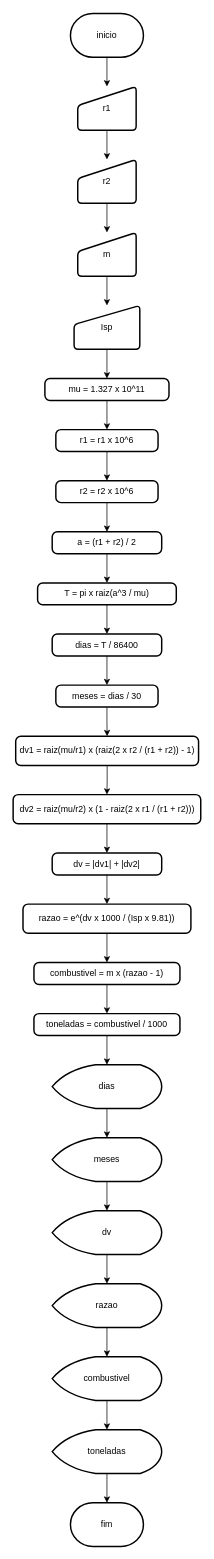
Above: PVB/3bi/projeto/fluxograma.drawio in danilo-paiva/tecnico (draw.io), before the change. Source tidied: cells renumbered, new cells numbered last; positions are measured from the earlier drawing's top-left corner, leaving out a move shared by most shapes. Both pictures are drawn from the tidied source at 73%, with x=0, y=0 at pixel (12, 13).
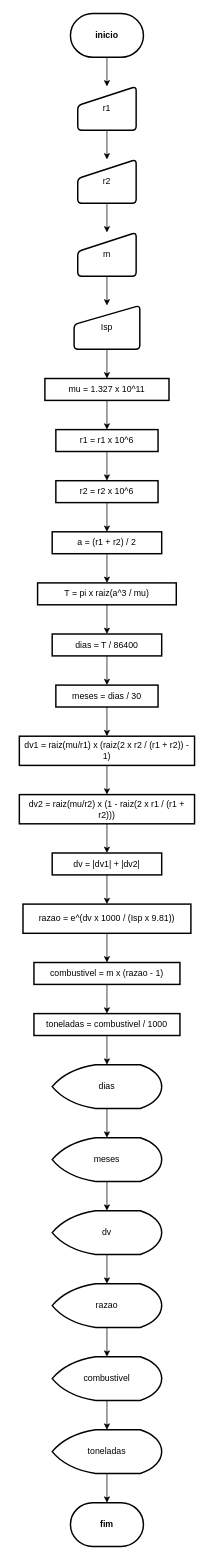
After the change.

Commit message (it also covers changes not shown here):
fluxograma com cantos retos e pdf centralizado em 2 paginas

Change to the diagram source:
```diff
@@
-    <mxCell id="2" value="inicio" style="strokeWidth=2;html=1;shape=mxgraph.flowchart.terminator;whiteSpace=wrap;" parent="1" vertex="1">
+    <mxCell id="2" value="&lt;b&gt;inicio&lt;/b&gt;" style="strokeWidth=2;html=1;shape=mxgraph.flowchart.terminator;whiteSpace=wrap;" parent="1" vertex="1">
       <mxGeometry x="79" width="100" height="60" as="geometry" />
     </mxCell>
@@
-    <mxCell id="11" value="mu = 1.327 x 10^11" style="rounded=1;whiteSpace=wrap;html=1;absoluteArcSize=1;arcSize=14;strokeWidth=2;" parent="1" vertex="1">
+    <mxCell id="11" value="mu = 1.327 x 10^11" style="rounded=0;whiteSpace=wrap;html=1;strokeWidth=2;" parent="1" vertex="1">
       <mxGeometry x="44" y="500" width="170" height="30" as="geometry" />
     </mxCell>
@@
-    <mxCell id="13" value="r1 = r1 x 10^6" style="rounded=1;whiteSpace=wrap;html=1;absoluteArcSize=1;arcSize=14;strokeWidth=2;" parent="1" vertex="1">
+    <mxCell id="13" value="r1 = r1 x 10^6" style="rounded=0;whiteSpace=wrap;html=1;strokeWidth=2;" parent="1" vertex="1">
       <mxGeometry x="59" y="570" width="140" height="30" as="geometry" />
     </mxCell>
@@
-    <mxCell id="15" value="r2 = r2 x 10^6" style="rounded=1;whiteSpace=wrap;html=1;absoluteArcSize=1;arcSize=14;strokeWidth=2;" parent="1" vertex="1">
+    <mxCell id="15" value="r2 = r2 x 10^6" style="rounded=0;whiteSpace=wrap;html=1;strokeWidth=2;" parent="1" vertex="1">
       <mxGeometry x="59" y="640" width="140" height="30" as="geometry" />
     </mxCell>
@@
-    <mxCell id="17" value="a = (r1 + r2) / 2" style="rounded=1;whiteSpace=wrap;html=1;absoluteArcSize=1;arcSize=14;strokeWidth=2;" parent="1" vertex="1">
+    <mxCell id="17" value="a = (r1 + r2) / 2" style="rounded=0;whiteSpace=wrap;html=1;strokeWidth=2;" parent="1" vertex="1">
       <mxGeometry x="54" y="710" width="150" height="30" as="geometry" />
     </mxCell>
@@
-    <mxCell id="19" value="T = pi x raiz(a^3 / mu)" style="rounded=1;whiteSpace=wrap;html=1;absoluteArcSize=1;arcSize=14;strokeWidth=2;" parent="1" vertex="1">
+    <mxCell id="19" value="T = pi x raiz(a^3 / mu)" style="rounded=0;whiteSpace=wrap;html=1;strokeWidth=2;" parent="1" vertex="1">
       <mxGeometry x="34" y="780" width="190" height="30" as="geometry" />
     </mxCell>
@@
-    <mxCell id="21" value="dias = T / 86400" style="rounded=1;whiteSpace=wrap;html=1;absoluteArcSize=1;arcSize=14;strokeWidth=2;" parent="1" vertex="1">
+    <mxCell id="21" value="dias = T / 86400" style="rounded=0;whiteSpace=wrap;html=1;strokeWidth=2;" parent="1" vertex="1">
       <mxGeometry x="54" y="850" width="150" height="30" as="geometry" />
     </mxCell>
@@
-    <mxCell id="23" value="meses = dias / 30" style="rounded=1;whiteSpace=wrap;html=1;absoluteArcSize=1;arcSize=14;strokeWidth=2;" parent="1" vertex="1">
+    <mxCell id="23" value="meses = dias / 30" style="rounded=0;whiteSpace=wrap;html=1;strokeWidth=2;" parent="1" vertex="1">
       <mxGeometry x="59" y="920" width="140" height="30" as="geometry" />
     </mxCell>
@@
-    <mxCell id="25" value="dv1 = raiz(mu/r1) x (raiz(2 x r2 / (r1 + r2)) - 1)" style="rounded=1;whiteSpace=wrap;html=1;absoluteArcSize=1;arcSize=14;strokeWidth=2;" parent="1" vertex="1">
-      <mxGeometry x="4" y="990" width="250.5" height="40" as="geometry" />
+    <mxCell id="25" value="dv1 = raiz(mu/r1) x (raiz(2 x r2 / (r1 + r2)) - 1)" style="rounded=0;whiteSpace=wrap;html=1;strokeWidth=2;" parent="1" vertex="1">
+      <mxGeometry x="9" y="990" width="240" height="40" as="geometry" />
     </mxCell>
@@
-    <mxCell id="27" value="dv2 = raiz(mu/r2) x (1 - raiz(2 x r1 / (r1 + r2)))" style="rounded=1;whiteSpace=wrap;html=1;absoluteArcSize=1;arcSize=14;strokeWidth=2;" parent="1" vertex="1">
-      <mxGeometry x="0.5" y="1070" width="257" height="40" as="geometry" />
+    <mxCell id="27" value="dv2 = raiz(mu/r2) x (1 - raiz(2 x r1 / (r1 + r2)))" style="rounded=0;whiteSpace=wrap;html=1;strokeWidth=2;" parent="1" vertex="1">
+      <mxGeometry x="9" y="1070" width="240" height="40" as="geometry" />
     </mxCell>
@@
-    <mxCell id="29" value="dv = |dv1| + |dv2|" style="rounded=1;whiteSpace=wrap;html=1;absoluteArcSize=1;arcSize=14;strokeWidth=2;" parent="1" vertex="1">
+    <mxCell id="29" value="dv = |dv1| + |dv2|" style="rounded=0;whiteSpace=wrap;html=1;strokeWidth=2;" parent="1" vertex="1">
       <mxGeometry x="54" y="1150" width="150" height="30" as="geometry" />
     </mxCell>
@@
-    <mxCell id="31" value="razao = e^(dv x 1000 / (Isp x 9.81))" style="rounded=1;whiteSpace=wrap;html=1;absoluteArcSize=1;arcSize=14;strokeWidth=2;" parent="1" vertex="1">
+    <mxCell id="31" value="razao = e^(dv x 1000 / (Isp x 9.81))" style="rounded=0;whiteSpace=wrap;html=1;strokeWidth=2;" parent="1" vertex="1">
       <mxGeometry x="14" y="1220" width="230" height="40" as="geometry" />
     </mxCell>
@@
-    <mxCell id="33" value="combustivel = m x (razao - 1)" style="rounded=1;whiteSpace=wrap;html=1;absoluteArcSize=1;arcSize=14;strokeWidth=2;" parent="1" vertex="1">
+    <mxCell id="33" value="combustivel = m x (razao - 1)" style="rounded=0;whiteSpace=wrap;html=1;strokeWidth=2;" parent="1" vertex="1">
       <mxGeometry x="29" y="1300" width="200" height="30" as="geometry" />
     </mxCell>
@@
-    <mxCell id="35" value="toneladas = combustivel / 1000" style="rounded=1;whiteSpace=wrap;html=1;absoluteArcSize=1;arcSize=14;strokeWidth=2;" parent="1" vertex="1">
+    <mxCell id="35" value="toneladas = combustivel / 1000" style="rounded=0;whiteSpace=wrap;html=1;strokeWidth=2;" parent="1" vertex="1">
       <mxGeometry x="29" y="1370" width="200" height="30" as="geometry" />
     </mxCell>
@@
-    <mxCell id="49" value="fim" style="strokeWidth=2;html=1;shape=mxgraph.flowchart.terminator;whiteSpace=wrap;" parent="1" vertex="1">
+    <mxCell id="49" value="&lt;b&gt;fim&lt;/b&gt;" style="strokeWidth=2;html=1;shape=mxgraph.flowchart.terminator;whiteSpace=wrap;" parent="1" vertex="1">
       <mxGeometry x="79" y="2040" width="100" height="60" as="geometry" />
     </mxCell>
```
